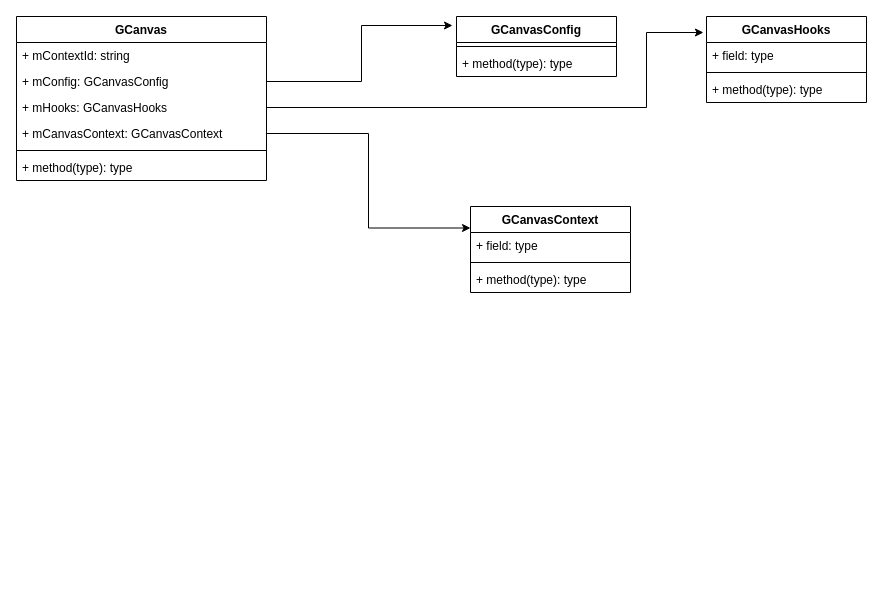
zoozooll/Object3DEngine keeps this draw.io diagram as page "GCanvas" (2 of 2) of docs/Untitled Diagram.drawio. Above is the earlier version. Source tidied: cells renumbered, new cells numbered last; positions are measured from the earlier drawing's top-left corner, leaving out a move shared by most shapes. Both pictures are drawn from the tidied source at 100%, with x=0, y=0 at pixel (16, 16).
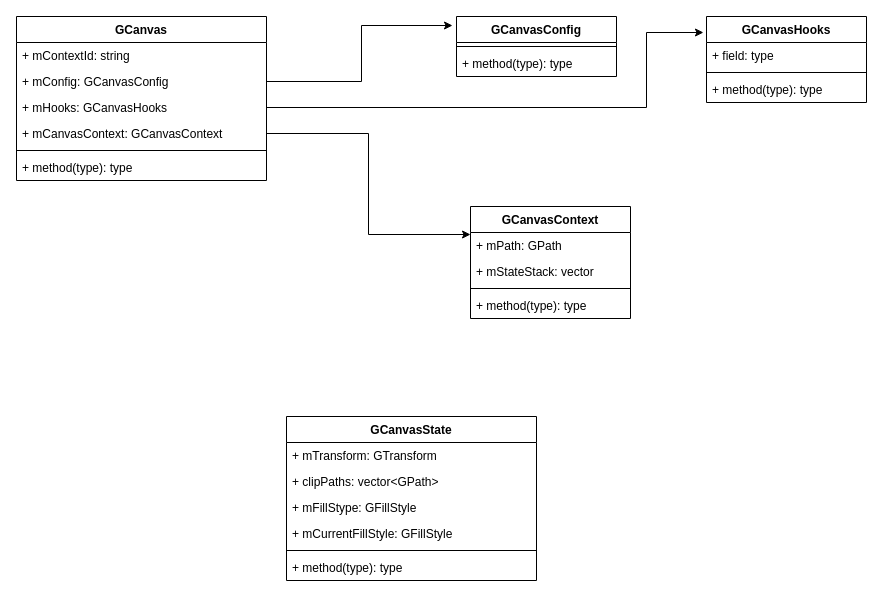
The same diagram, later.

The edit, as a diff of the source:
```diff
@@
     <mxCell id="12" value="GCanvasContext" style="swimlane;fontStyle=1;align=center;verticalAlign=top;horizontal=1;startSize=26;" parent="1" vertex="1">
-      <mxGeometry x="454" y="190" width="160" height="86" as="geometry" />
+      <mxGeometry x="454" y="190" width="160" height="112" as="geometry" />
     </mxCell>
-    <mxCell id="13" value="+ field: type" style="text;strokeColor=none;fillColor=none;align=left;verticalAlign=top;spacingLeft=4;spacingRight=4;overflow=hidden;" parent="12" vertex="1">
+    <mxCell id="13" value="+ mPath: GPath" style="text;strokeColor=none;fillColor=none;align=left;verticalAlign=top;spacingLeft=4;spacingRight=4;overflow=hidden;" parent="12" vertex="1">
       <mxGeometry y="26" width="160" height="26" as="geometry" />
     </mxCell>
+    <mxCell id="23" value="+ mStateStack: vector" style="text;strokeColor=none;fillColor=none;align=left;verticalAlign=top;spacingLeft=4;spacingRight=4;overflow=hidden;" parent="12" vertex="1">
+      <mxGeometry y="52" width="160" height="26" as="geometry" />
+    </mxCell>
     <mxCell id="14" style="line;strokeWidth=1;fillColor=none;align=left;verticalAlign=middle;spacingTop=-1;spacingLeft=3;spacingRight=3;labelPosition=right;" parent="12" vertex="1">
-      <mxGeometry y="52" width="160" height="8" as="geometry" />
+      <mxGeometry y="78" width="160" height="8" as="geometry" />
     </mxCell>
     <mxCell id="15" value="+ method(type): type" style="text;strokeColor=none;fillColor=none;align=left;verticalAlign=top;spacingLeft=4;spacingRight=4;overflow=hidden;" parent="12" vertex="1">
-      <mxGeometry y="60" width="160" height="26" as="geometry" />
+      <mxGeometry y="86" width="160" height="26" as="geometry" />
     </mxCell>
@@
+    <mxCell id="24" value="GCanvasState" style="swimlane;fontStyle=1;align=center;verticalAlign=top;horizontal=1;startSize=26;" parent="1" vertex="1">
+      <mxGeometry x="270" y="400" width="250" height="164" as="geometry" />
+    </mxCell>
+    <mxCell id="25" value="+ mTransform: GTransform" style="text;strokeColor=none;fillColor=none;align=left;verticalAlign=top;spacingLeft=4;spacingRight=4;overflow=hidden;" parent="24" vertex="1">
+      <mxGeometry y="26" width="250" height="26" as="geometry" />
+    </mxCell>
+    <mxCell id="26" value="+ clipPaths: vector&lt;GPath&gt;" style="text;strokeColor=none;fillColor=none;align=left;verticalAlign=top;spacingLeft=4;spacingRight=4;overflow=hidden;" parent="24" vertex="1">
+      <mxGeometry y="52" width="250" height="26" as="geometry" />
+    </mxCell>
+    <mxCell id="27" value="+ mFillStype: GFillStyle" style="text;strokeColor=none;fillColor=none;align=left;verticalAlign=top;spacingLeft=4;spacingRight=4;overflow=hidden;" parent="24" vertex="1">
+      <mxGeometry y="78" width="250" height="26" as="geometry" />
+    </mxCell>
+    <mxCell id="28" value="+ mCurrentFillStyle: GFillStyle" style="text;strokeColor=none;fillColor=none;align=left;verticalAlign=top;spacingLeft=4;spacingRight=4;overflow=hidden;" parent="24" vertex="1">
+      <mxGeometry y="104" width="250" height="26" as="geometry" />
+    </mxCell>
+    <mxCell id="29" style="line;strokeWidth=1;fillColor=none;align=left;verticalAlign=middle;spacingTop=-1;spacingLeft=3;spacingRight=3;labelPosition=right;" parent="24" vertex="1">
+      <mxGeometry y="130" width="250" height="8" as="geometry" />
+    </mxCell>
+    <mxCell id="30" value="+ method(type): type" style="text;strokeColor=none;fillColor=none;align=left;verticalAlign=top;spacingLeft=4;spacingRight=4;overflow=hidden;" parent="24" vertex="1">
+      <mxGeometry y="138" width="250" height="26" as="geometry" />
+    </mxCell>
```
